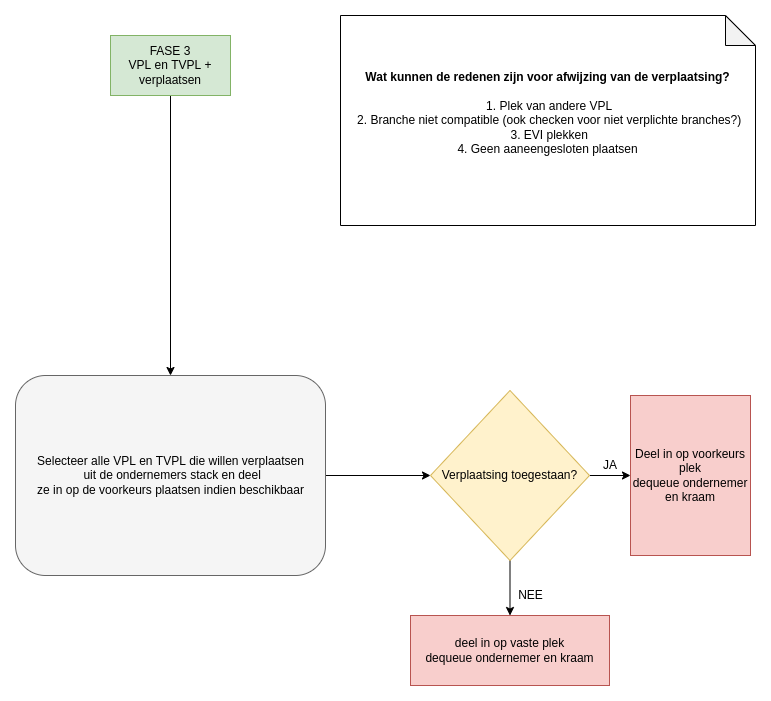
The draw.io diagram diagrams/fase-3.drawio.png in Amsterdam/makkelijkemarkt-allocation, before a commit. Source tidied: cells renumbered, new cells last; positions are measured from the earlier drawing's top-left corner, leaving out a move shared by most shapes. Source of this version:
```xml
<mxGraphModel>
  <root>
    <mxCell id="0" />
    <mxCell id="1" parent="0" />
    <mxCell id="2" style="edgeStyle=orthogonalEdgeStyle;rounded=0;jettySize=auto;html=1;" parent="1" edge="1" source="3" target="13">
      <mxGeometry relative="1" as="geometry" />
    </mxCell>
    <mxCell id="3" value="FASE 3&lt;br&gt;VPL en TVPL + verplaatsen" style="rounded=0;whiteSpace=wrap;html=1;fillColor=#d5e8d4;strokeColor=#82b366;" parent="1" vertex="1">
      <mxGeometry x="95" y="20" width="120" height="60" as="geometry" />
    </mxCell>
    <mxCell id="4" style="edgeStyle=orthogonalEdgeStyle;rounded=0;jettySize=auto;html=1;" parent="1" edge="1" source="6" target="8">
      <mxGeometry relative="1" as="geometry" />
    </mxCell>
    <mxCell id="5" style="edgeStyle=orthogonalEdgeStyle;rounded=0;jettySize=auto;html=1;exitX=1;exitY=0.5;exitDx=0;exitDy=0;entryX=0;entryY=0.5;entryDx=0;entryDy=0;" parent="1" edge="1" source="6" target="7">
      <mxGeometry relative="1" as="geometry" />
    </mxCell>
    <mxCell id="6" value="Verplaatsing toegestaan?" style="rhombus;whiteSpace=wrap;html=1;fillColor=#fff2cc;strokeColor=#d6b656;" parent="1" vertex="1">
      <mxGeometry x="415" y="375" width="159" height="170" as="geometry" />
    </mxCell>
    <mxCell id="7" value="Deel in op voorkeurs plek&lt;br&gt;dequeue ondernemer en kraam" style="rounded=0;whiteSpace=wrap;html=1;fillColor=#f8cecc;strokeColor=#b85450;" parent="1" vertex="1">
      <mxGeometry x="615" y="380" width="120" height="160" as="geometry" />
    </mxCell>
    <mxCell id="8" value="deel in op vaste plek&lt;br&gt;dequeue ondernemer en kraam" style="whiteSpace=wrap;html=1;fillColor=#f8cecc;strokeColor=#b85450;" parent="1" vertex="1">
      <mxGeometry x="395" y="600" width="199" height="70" as="geometry" />
    </mxCell>
    <mxCell id="9" value="&lt;div&gt;&lt;b&gt;Wat kunnen de redenen zijn voor afwijzing van de verplaatsing?&lt;/b&gt;&lt;/div&gt;&lt;div&gt;&lt;br&gt;&lt;/div&gt;&lt;div&gt;&amp;nbsp;1. Plek van andere VPL&lt;/div&gt;&lt;div&gt;&amp;nbsp;2. Branche niet compatible (ook checken voor niet verplichte branches?)&lt;/div&gt;&lt;div&gt;&amp;nbsp;3. EVI plekken&lt;/div&gt;&lt;div&gt;4. Geen aaneengesloten plaatsen&lt;/div&gt;&lt;div&gt;&lt;br&gt;&lt;/div&gt;" style="shape=note;whiteSpace=wrap;html=1;backgroundOutline=1;darkOpacity=0.05;align=center;" parent="1" vertex="1">
      <mxGeometry x="325" width="415" height="210" as="geometry" />
    </mxCell>
    <mxCell id="10" value="JA" style="text;html=1;strokeColor=none;fillColor=none;align=center;verticalAlign=middle;whiteSpace=wrap;rounded=0;" parent="1" vertex="1">
      <mxGeometry x="565" y="435" width="60" height="30" as="geometry" />
    </mxCell>
    <mxCell id="11" value="NEE" style="text;html=1;align=center;verticalAlign=middle;strokeColor=none;fillColor=none;" parent="1" vertex="1">
      <mxGeometry x="495" y="570" width="40" height="20" as="geometry" />
    </mxCell>
    <mxCell id="12" style="edgeStyle=orthogonalEdgeStyle;rounded=0;jettySize=auto;html=1;" parent="1" edge="1" source="13" target="6">
      <mxGeometry relative="1" as="geometry" />
    </mxCell>
    <mxCell id="13" style="rounded=1;whiteSpace=wrap;html=1;fillColor=#f5f5f5;fontColor=#333333;strokeColor=#666666;" parent="1" vertex="1">
      <mxGeometry y="360" width="310" height="200" as="geometry" />
    </mxCell>
    <mxCell id="14" value="&lt;span&gt;Selecteer alle VPL en TVPL die willen verplaatsen&lt;/span&gt;&lt;br&gt;&lt;span&gt;&amp;nbsp;uit de ondernemers stack en deel&lt;/span&gt;&lt;br&gt;&lt;span&gt;ze in op de voorkeurs plaatsen indien beschikbaar&lt;/span&gt;" style="text;html=1;align=center;verticalAlign=middle;strokeColor=none;fillColor=none;" parent="1" vertex="1">
      <mxGeometry x="15" y="435" width="280" height="50" as="geometry" />
    </mxCell>
  </root>
</mxGraphModel>
```
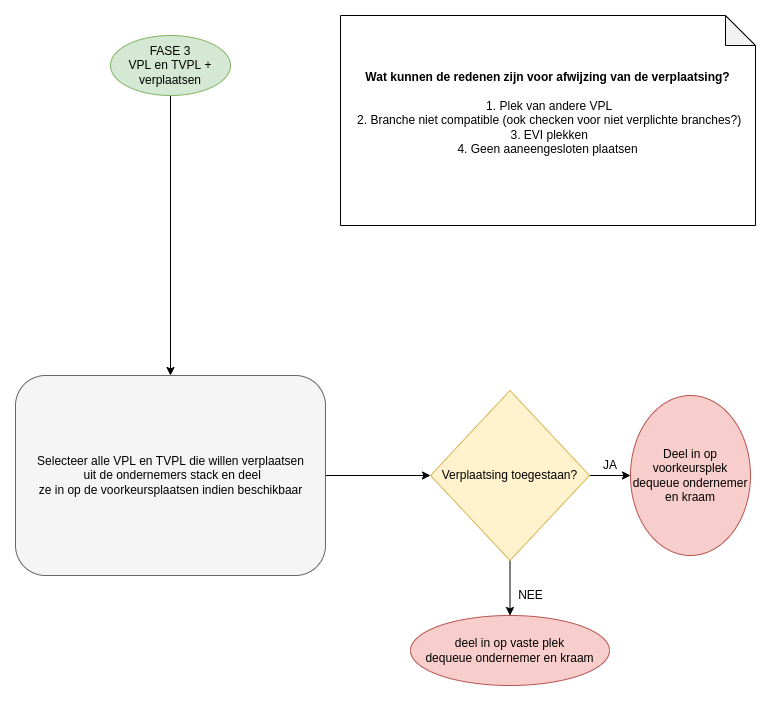
After the change.

What changed in the source:
```diff
@@ -5,7 +5,7 @@
     <mxCell id="2" style="edgeStyle=orthogonalEdgeStyle;rounded=0;jettySize=auto;html=1;" parent="1" edge="1" source="3" target="13">
       <mxGeometry relative="1" as="geometry" />
     </mxCell>
-    <mxCell id="3" value="FASE 3&lt;br&gt;VPL en TVPL + verplaatsen" style="rounded=0;whiteSpace=wrap;html=1;fillColor=#d5e8d4;strokeColor=#82b366;" parent="1" vertex="1">
+    <mxCell id="3" value="FASE 3&lt;br&gt;VPL en TVPL + verplaatsen" style="ellipse;whiteSpace=wrap;html=1;fillColor=#d5e8d4;strokeColor=#82b366;" parent="1" vertex="1">
       <mxGeometry x="95" y="20" width="120" height="60" as="geometry" />
     </mxCell>
     <mxCell id="4" style="edgeStyle=orthogonalEdgeStyle;rounded=0;jettySize=auto;html=1;" parent="1" edge="1" source="6" target="8">
@@ -17,10 +17,10 @@
     <mxCell id="6" value="Verplaatsing toegestaan?" style="rhombus;whiteSpace=wrap;html=1;fillColor=#fff2cc;strokeColor=#d6b656;" parent="1" vertex="1">
       <mxGeometry x="415" y="375" width="159" height="170" as="geometry" />
     </mxCell>
-    <mxCell id="7" value="Deel in op voorkeurs plek&lt;br&gt;dequeue ondernemer en kraam" style="rounded=0;whiteSpace=wrap;html=1;fillColor=#f8cecc;strokeColor=#b85450;" parent="1" vertex="1">
+    <mxCell id="7" value="Deel in op voorkeursplek&lt;br&gt;dequeue ondernemer en kraam" style="ellipse;whiteSpace=wrap;html=1;fillColor=#f8cecc;strokeColor=#b85450;" parent="1" vertex="1">
       <mxGeometry x="615" y="380" width="120" height="160" as="geometry" />
     </mxCell>
-    <mxCell id="8" value="deel in op vaste plek&lt;br&gt;dequeue ondernemer en kraam" style="whiteSpace=wrap;html=1;fillColor=#f8cecc;strokeColor=#b85450;" parent="1" vertex="1">
+    <mxCell id="8" value="deel in op vaste plek&lt;br&gt;dequeue ondernemer en kraam" style="ellipse;whiteSpace=wrap;html=1;fillColor=#f8cecc;strokeColor=#b85450;" parent="1" vertex="1">
       <mxGeometry x="395" y="600" width="199" height="70" as="geometry" />
     </mxCell>
     <mxCell id="9" value="&lt;div&gt;&lt;b&gt;Wat kunnen de redenen zijn voor afwijzing van de verplaatsing?&lt;/b&gt;&lt;/div&gt;&lt;div&gt;&lt;br&gt;&lt;/div&gt;&lt;div&gt;&amp;nbsp;1. Plek van andere VPL&lt;/div&gt;&lt;div&gt;&amp;nbsp;2. Branche niet compatible (ook checken voor niet verplichte branches?)&lt;/div&gt;&lt;div&gt;&amp;nbsp;3. EVI plekken&lt;/div&gt;&lt;div&gt;4. Geen aaneengesloten plaatsen&lt;/div&gt;&lt;div&gt;&lt;br&gt;&lt;/div&gt;" style="shape=note;whiteSpace=wrap;html=1;backgroundOutline=1;darkOpacity=0.05;align=center;" parent="1" vertex="1">
@@ -38,7 +38,7 @@
     <mxCell id="13" style="rounded=1;whiteSpace=wrap;html=1;fillColor=#f5f5f5;fontColor=#333333;strokeColor=#666666;" parent="1" vertex="1">
       <mxGeometry y="360" width="310" height="200" as="geometry" />
     </mxCell>
-    <mxCell id="14" value="&lt;span&gt;Selecteer alle VPL en TVPL die willen verplaatsen&lt;/span&gt;&lt;br&gt;&lt;span&gt;&amp;nbsp;uit de ondernemers stack en deel&lt;/span&gt;&lt;br&gt;&lt;span&gt;ze in op de voorkeurs plaatsen indien beschikbaar&lt;/span&gt;" style="text;html=1;align=center;verticalAlign=middle;strokeColor=none;fillColor=none;" parent="1" vertex="1">
+    <mxCell id="14" value="&lt;span&gt;Selecteer alle VPL en TVPL die willen verplaatsen&lt;/span&gt;&lt;br&gt;&lt;span&gt;&amp;nbsp;uit de ondernemers stack en deel&lt;/span&gt;&lt;br&gt;&lt;span&gt;ze in op de voorkeursplaatsen indien beschikbaar&lt;/span&gt;" style="text;html=1;align=center;verticalAlign=middle;strokeColor=none;fillColor=none;" parent="1" vertex="1">
       <mxGeometry x="15" y="435" width="280" height="50" as="geometry" />
     </mxCell>
   </root>
```
